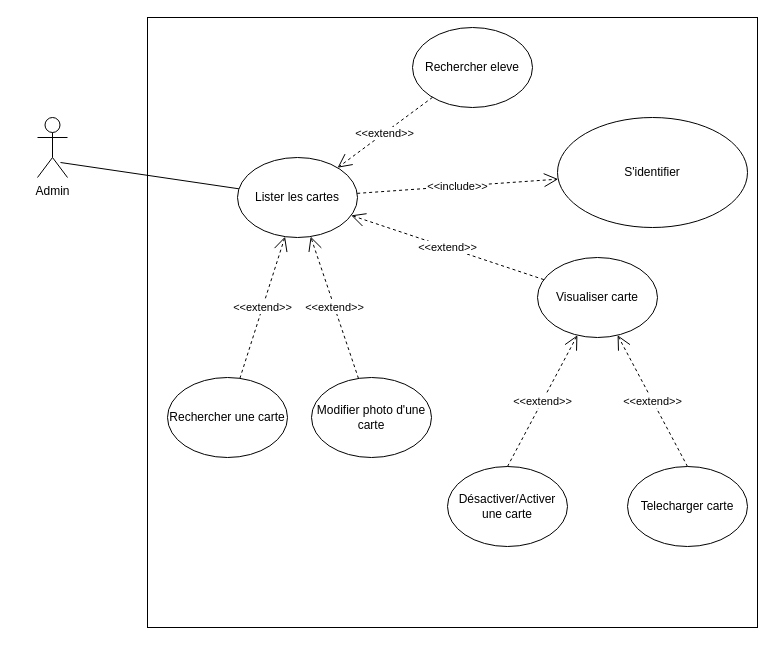
djibzo/gitgit keeps this draw.io diagram as Diagramme sans nom.drawio. Above is the earlier version. Source tidied: cells renumbered, new cells numbered last; positions are measured from the earlier drawing's top-left corner, leaving out a move shared by most shapes. Both pictures are drawn from the tidied source at 100%, with x=0, y=0 at pixel (37, 17).
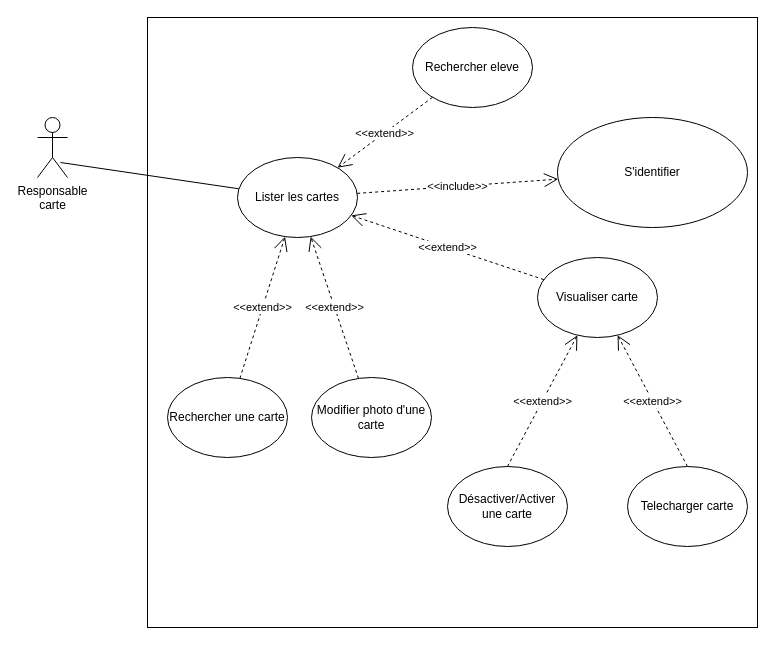
Above is the later version.

Commit message:
Mettre à jour Diagramme sans nom.drawio

The edit, as a diff of the source:
```diff
@@
-    <mxCell id="2" value="Admin" style="shape=umlActor;verticalLabelPosition=bottom;verticalAlign=top;html=1;" parent="1" vertex="1">
+    <mxCell id="2" value="Responsable&lt;div&gt;carte&lt;/div&gt;" style="shape=umlActor;verticalLabelPosition=bottom;verticalAlign=top;html=1;" parent="1" vertex="1">
       <mxGeometry y="100" width="30" height="60" as="geometry" />
     </mxCell>
```
